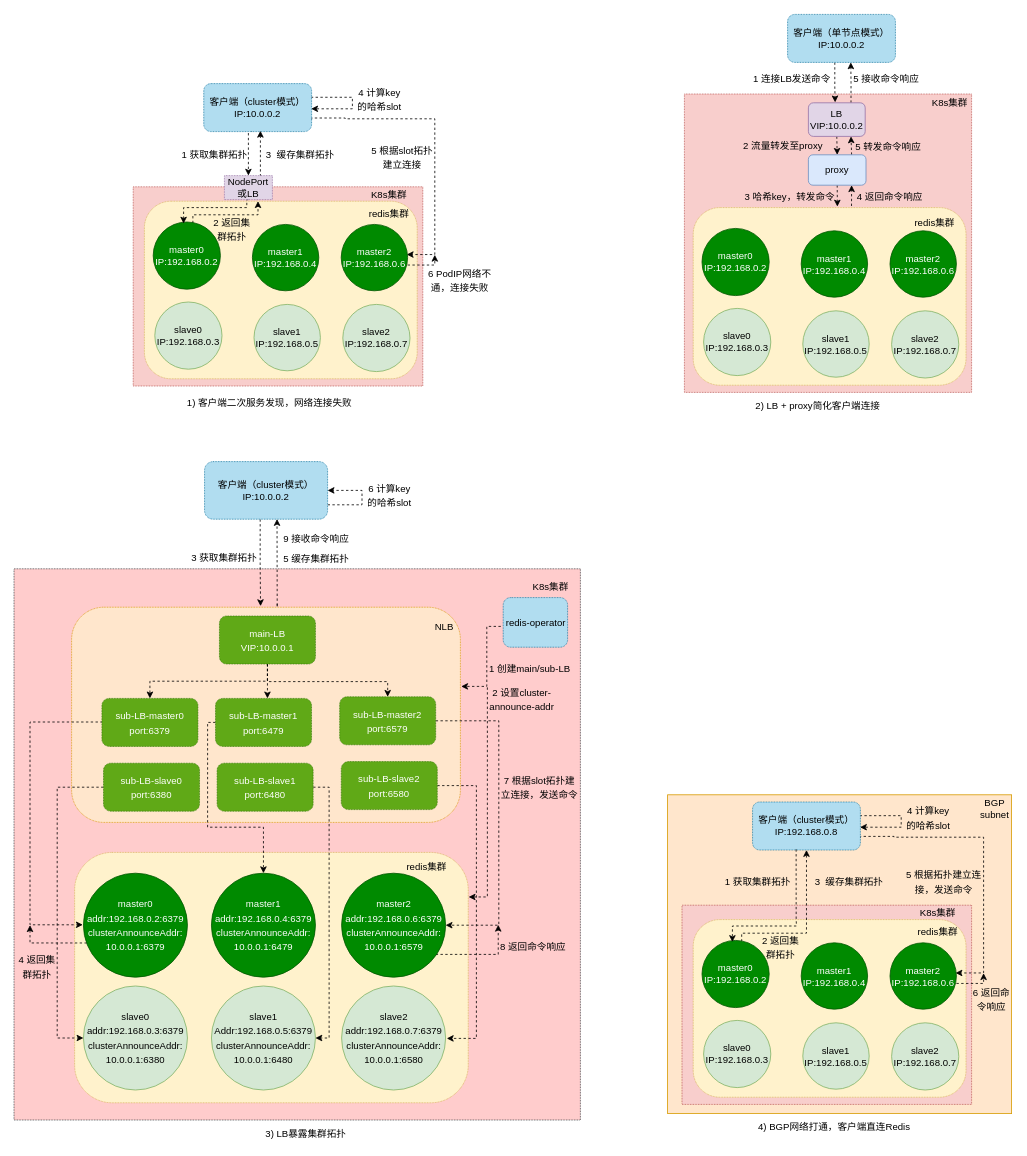
Above: diagrams/redis代理和LB优化.drawio in fengyinqiao/cloudimg (draw.io), before the change. Source tidied: cells renumbered, new cells numbered last; positions are measured from the earlier drawing's top-left corner, leaving out a move shared by most shapes. Both pictures are drawn from the tidied source at 80%, with x=0, y=0 at pixel (14, 14).
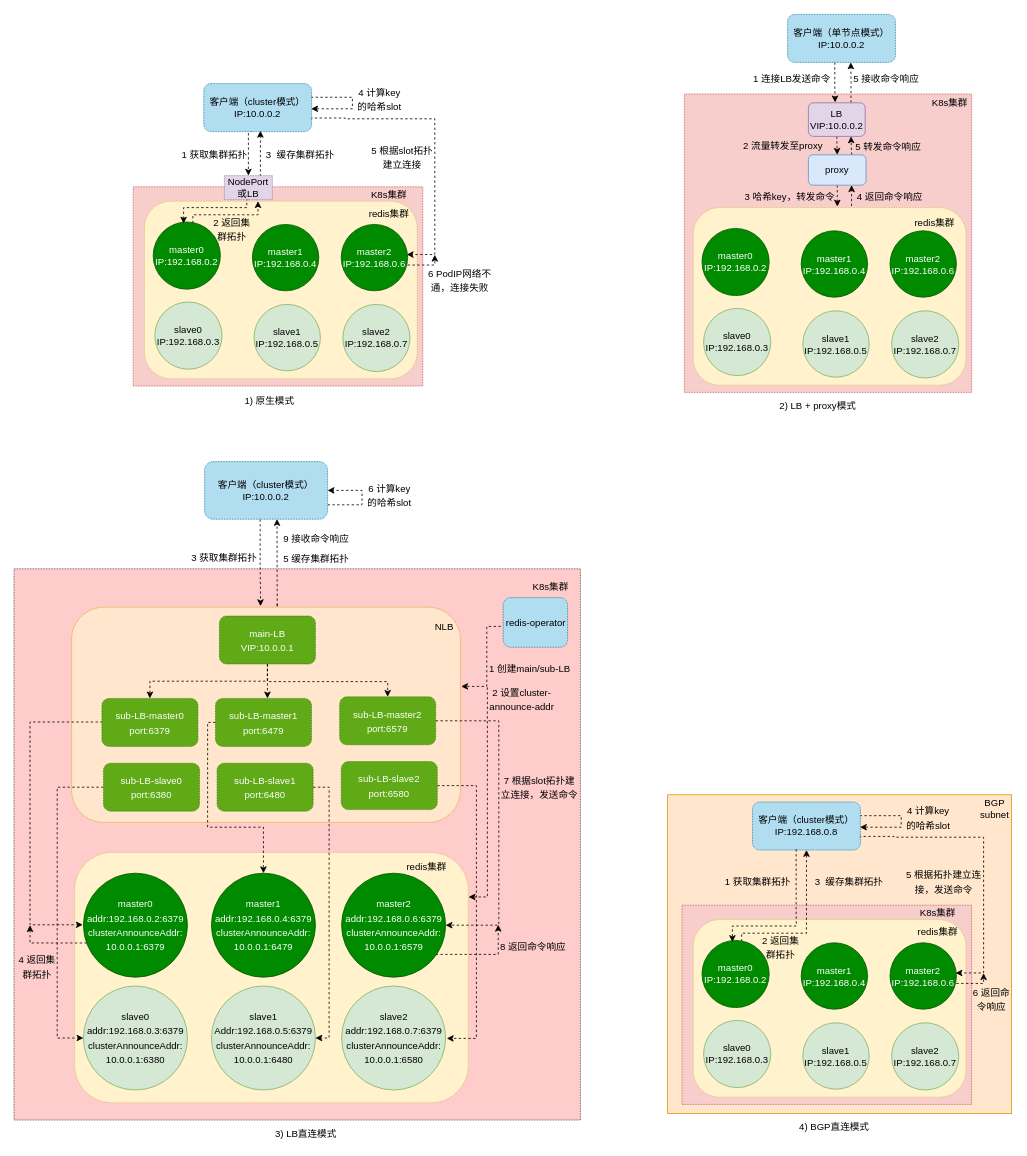
The same diagram, later.

Commit message (it also covers changes not shown here):
更新redis代理和LB优化.drawio

Change to the diagram source:
```diff
@@
-    <mxCell id="122" value="1) 客户端二次服务发现，网络连接失败" style="text;html=1;strokeColor=none;fillColor=none;align=center;verticalAlign=middle;whiteSpace=wrap;rounded=0;" parent="1" vertex="1">
-      <mxGeometry x="194" y="471" width="251" height="30" as="geometry" />
+    <mxCell id="122" value="1) 原生模式" style="text;html=1;strokeColor=none;fillColor=none;align=center;verticalAlign=middle;whiteSpace=wrap;rounded=0;" parent="1" vertex="1">
+      <mxGeometry x="194" y="469" width="251" height="30" as="geometry" />
     </mxCell>
-    <mxCell id="123" value="4) BGP网络打通，客户端直连Redis" style="text;html=1;strokeColor=none;fillColor=none;align=center;verticalAlign=middle;whiteSpace=wrap;rounded=0;" parent="1" vertex="1">
+    <mxCell id="123" value="4) BGP直连模式" style="text;html=1;strokeColor=none;fillColor=none;align=center;verticalAlign=middle;whiteSpace=wrap;rounded=0;" parent="1" vertex="1">
       <mxGeometry x="900" y="1376.5" width="251" height="30" as="geometry" />
     </mxCell>
-    <mxCell id="124" value="2) LB + proxy简化客户端连接" style="text;html=1;strokeColor=none;fillColor=none;align=center;verticalAlign=middle;whiteSpace=wrap;rounded=0;" parent="1" vertex="1">
+    <mxCell id="124" value="2) LB + proxy模式" style="text;html=1;strokeColor=none;fillColor=none;align=center;verticalAlign=middle;whiteSpace=wrap;rounded=0;" parent="1" vertex="1">
       <mxGeometry x="910" y="479" width="190" height="22" as="geometry" />
     </mxCell>
-    <mxCell id="125" value="3) LB暴露集群拓扑" style="text;html=1;strokeColor=none;fillColor=none;align=center;verticalAlign=middle;whiteSpace=wrap;rounded=0;" parent="1" vertex="1">
+    <mxCell id="125" value="3) LB直连模式" style="text;html=1;strokeColor=none;fillColor=none;align=center;verticalAlign=middle;whiteSpace=wrap;rounded=0;" parent="1" vertex="1">
       <mxGeometry x="270" y="1388.5" width="190" height="22" as="geometry" />
     </mxCell>
```
